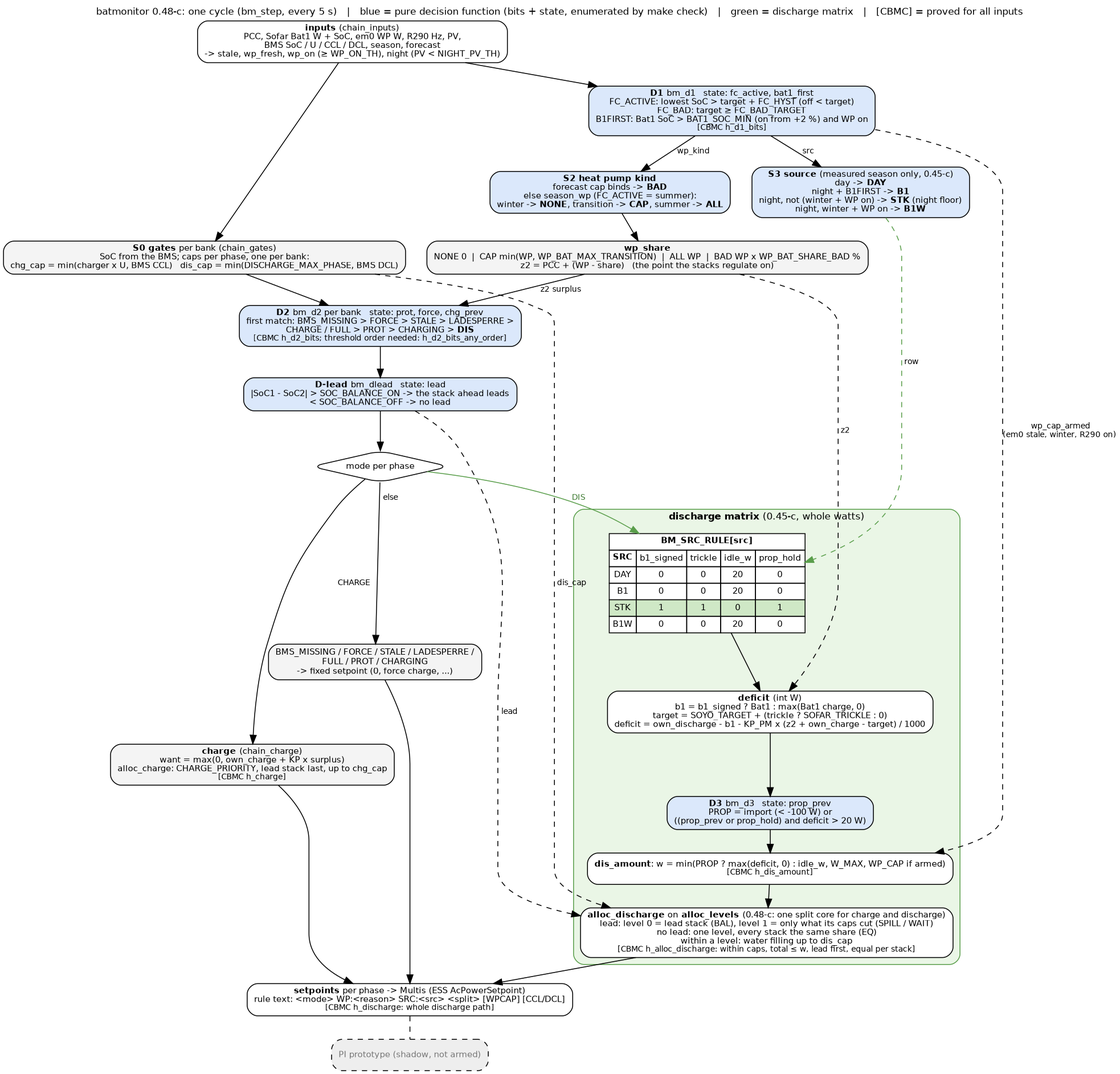
Above: docs/discharge_flow.png in gerontec/victron (Graphviz), before the change. Its source is kept beside it as docs/discharge_flow.dot. Source of this version:
```dot
digraph batmonitor {
	graph [rankdir=TB, fontname="Helvetica", fontsize=11, nodesep=0.35, ranksep=0.35, newrank=true,
		   label="batmonitor 0.48-c: one cycle (bm_step, every 5 s)   |   blue = pure decision function (bits + state, enumerated by make check)   |   green = discharge matrix   |   [CBMC] = proved for all inputs",
		   labelloc=t];
	node [shape=box, style="rounded,filled", fillcolor="#f4f4f4", fontname="Helvetica", fontsize=10];
	edge [fontname="Helvetica", fontsize=9];

	in [label=<<b>inputs</b> (chain_inputs)<br/>PCC, Sofar Bat1 W + SoC, em0 WP W, R290 Hz, PV,<br/>BMS SoC / U / CCL / DCL, season, forecast<br/>-&gt; stale, wp_fresh, wp_on (&ge; WP_ON_TH), night (PV &lt; NIGHT_PV_TH)>, fillcolor="#ffffff"];

	d1 [label=<<b>D1</b> bm_d1   state: fc_active, bat1_first<br/>FC_ACTIVE: lowest SoC &gt; target + FC_HYST (off &lt; target)<br/>FC_BAD: target &ge; FC_BAD_TARGET<br/>B1FIRST: Bat1 SoC &gt; BAT1_SOC_MIN (on from +2 %) and WP on<br/><font point-size="9">[CBMC h_d1_bits]</font>>, fillcolor="#dbe8fb"];

	src [label=<<b>S3 source</b> (measured season only, 0.45-c)<br/>day -&gt; <b>DAY</b><br/>night + B1FIRST -&gt; <b>B1</b><br/>night, not (winter + WP on) -&gt; <b>STK</b> (night floor)<br/>night, winter + WP on -&gt; <b>B1W</b>>, fillcolor="#dbe8fb"];

	wpk [label=<<b>S2 heat pump kind</b><br/>forecast cap binds -&gt; <b>BAD</b><br/>else season_wp (FC_ACTIVE = summer):<br/>winter -&gt; <b>NONE</b>, transition -&gt; <b>CAP</b>, summer -&gt; <b>ALL</b>>, fillcolor="#dbe8fb"];

	share [label=<<b>wp_share</b><br/>NONE 0  |  CAP min(WP, WP_BAT_MAX_TRANSITION)  |  ALL WP  |  BAD WP x WP_BAT_SHARE_BAD %<br/>z2 = PCC + (WP - share)   (the point the stacks regulate on)>];

	gates [label=<<b>S0 gates</b> per bank (chain_gates)<br/>SoC from the BMS; caps per phase, one per bank:<br/>chg_cap = min(charger x U, BMS CCL)   dis_cap = min(DISCHARGE_MAX_PHASE, BMS DCL)>];

	d2 [label=<<b>D2</b> bm_d2 per bank   state: prot, force, chg_prev<br/>first match: BMS_MISSING &gt; FORCE &gt; STALE &gt; LADESPERRE &gt;<br/>CHARGE / FULL &gt; PROT &gt; CHARGING &gt; <b>DIS</b><br/><font point-size="9">[CBMC h_d2_bits; threshold order needed: h_d2_bits_any_order]</font>>, fillcolor="#dbe8fb"];

	lead [label=<<b>D-lead</b> bm_dlead   state: lead<br/>|SoC1 - SoC2| &gt; SOC_BALANCE_ON -&gt; the stack ahead leads<br/>&lt; SOC_BALANCE_OFF -&gt; no lead>, fillcolor="#dbe8fb"];

	modesplit [label="mode per phase", shape=diamond, fillcolor="#ffffff"];
	other [label=<BMS_MISSING / FORCE / STALE / LADESPERRE /<br/>FULL / PROT / CHARGING<br/>-&gt; fixed setpoint (0, force charge, ...)>];

	subgraph cluster_dis {
		label=<<b>discharge matrix</b> (0.45-c, whole watts)>; style="rounded,filled"; fillcolor="#eaf6e6"; color="#5a9e4b"; fontsize=11;
		rule [shape=plain, fillcolor="#ffffff", label=<
			<table border="0" cellborder="1" cellspacing="0" cellpadding="3" bgcolor="#ffffff">
			<tr><td colspan="5"><b>BM_SRC_RULE[src]</b></td></tr>
			<tr><td><b>SRC</b></td><td>b1_signed</td><td>trickle</td><td>idle_w</td><td>prop_hold</td></tr>
			<tr><td>DAY</td><td>0</td><td>0</td><td>20</td><td>0</td></tr>
			<tr><td>B1</td><td>0</td><td>0</td><td>20</td><td>0</td></tr>
			<tr><td bgcolor="#cfe8c6">STK</td><td bgcolor="#cfe8c6">1</td><td bgcolor="#cfe8c6">1</td><td bgcolor="#cfe8c6">0</td><td bgcolor="#cfe8c6">1</td></tr>
			<tr><td>B1W</td><td>0</td><td>0</td><td>20</td><td>0</td></tr>
			</table>>];
		deficit [label=<<b>deficit</b> (int W)<br/>b1 = b1_signed ? Bat1 : max(Bat1 charge, 0)<br/>target = SOYO_TARGET + (trickle ? SOFAR_TRICKLE : 0)<br/>deficit = own_discharge - b1 - KP_PM x (z2 + own_charge - target) / 1000>, fillcolor="#ffffff"];
		d3 [label=<<b>D3</b> bm_d3   state: prop_prev<br/>PROP = import (&lt; -100 W) or<br/>((prop_prev or prop_hold) and deficit &gt; 20 W)>, fillcolor="#dbe8fb"];
		amount [label=<<b>dis_amount</b>: w = min(PROP ? max(deficit, 0) : idle_w, W_MAX, WP_CAP if armed)<br/><font point-size="9">[CBMC h_dis_amount]</font>>, fillcolor="#ffffff"];
		alloc [label=<<b>alloc_discharge</b> on <b>alloc_levels</b> (0.48-c: one split core for charge and discharge)<br/>lead: level 0 = lead stack (BAL), level 1 = only what its caps cut (SPILL / WAIT)<br/>no lead: one level, every stack the same share (EQ)<br/>within a level: water filling up to dis_cap<br/><font point-size="9">[CBMC h_alloc_discharge: within caps, total &le; w, lead first, equal per stack]</font>>, fillcolor="#ffffff"];
		rule -> deficit -> d3 -> amount -> alloc;
	}

	chg [label=<<b>charge</b> (chain_charge)<br/>want = max(0, own_charge + KP x surplus)<br/>alloc_charge: CHARGE_PRIORITY, lead stack last, up to chg_cap<br/><font point-size="9">[CBMC h_charge]</font>>];

	out [label=<<b>setpoints</b> per phase -&gt; Multis (ESS AcPowerSetpoint)<br/>rule text: &lt;mode&gt; WP:&lt;reason&gt; SRC:&lt;src&gt; &lt;split&gt; [WPCAP] [CCL/DCL]<br/><font point-size="9">[CBMC h_discharge: whole discharge path]</font>>, fillcolor="#ffffff"];
	pi [label="PI prototype (shadow, not armed)", fillcolor="#eeeeee", fontcolor="#777777", style="rounded,filled,dashed"];

	in -> d1;
	d1 -> src [label=" src"];
	d1 -> wpk [label=" wp_kind"];
	wpk -> share;
	in -> gates;
	share -> d2 [label=" z2 surplus"];
	gates -> d2;
	d2 -> lead;
	lead -> modesplit;
	modesplit -> rule [label=" DIS", color="#5a9e4b", fontcolor="#3c7a30"];
	modesplit -> chg [label=" CHARGE"];
	modesplit -> other [label=" else"];
	src -> rule [color="#5a9e4b", style=dashed, label=" row"];
	share -> deficit [style=dashed, label=" z2"];
	d1 -> amount [style=dashed, label=" wp_cap_armed\n(em0 stale, winter, R290 on)"];
	gates -> alloc [style=dashed, label=" dis_cap"];
	lead -> alloc [style=dashed, label=" lead"];
	alloc -> out;
	chg -> out;
	other -> out;
	out -> pi [style=dashed, arrowhead=none];

	{rank=same; src; wpk;}
}
```
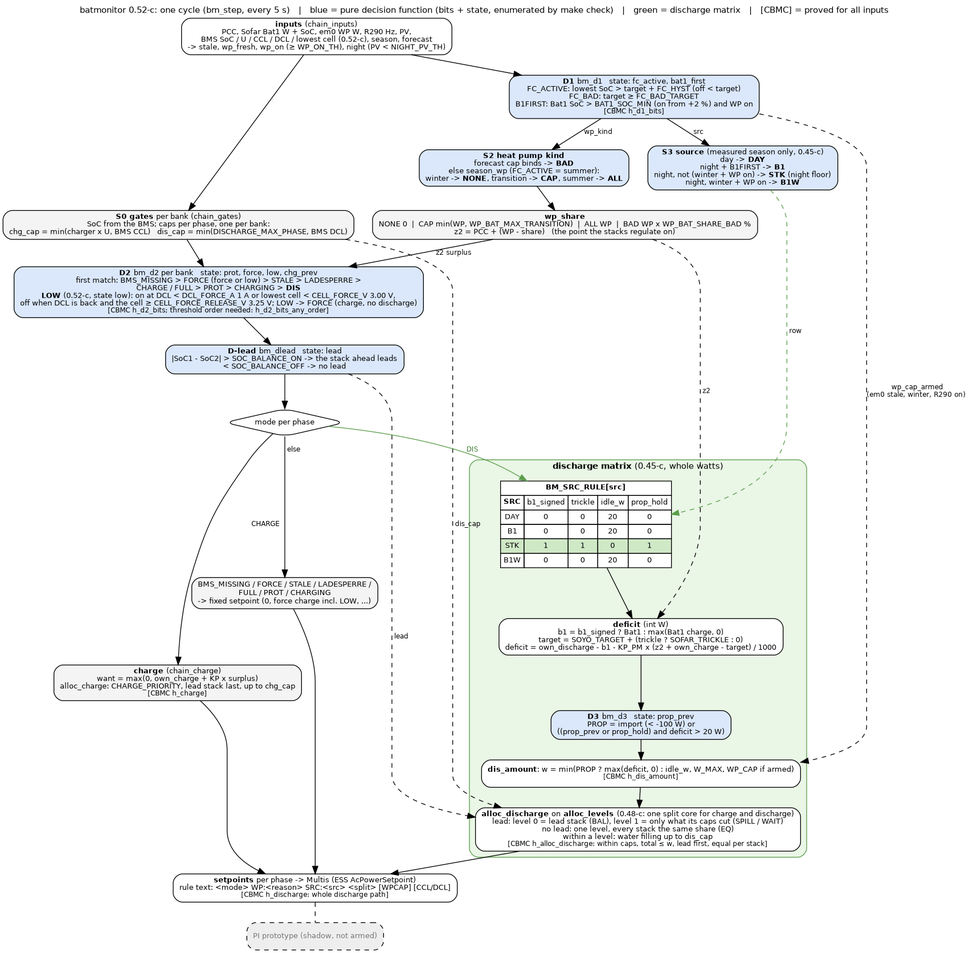
After the change.

Commit message:
docs: flow charts for batmonitor 0.52-c - lowest cell input, D2 state low, FORCE = SoC force or LOW (DCL 0 / cell < 3.00 V, release DCL back and cell >= 3.25 V)

Change to the diagram source:
```diff
@@ -1,11 +1,11 @@
 digraph batmonitor {
 	graph [rankdir=TB, fontname="Helvetica", fontsize=11, nodesep=0.35, ranksep=0.35, newrank=true,
-		   label="batmonitor 0.48-c: one cycle (bm_step, every 5 s)   |   blue = pure decision function (bits + state, enumerated by make check)   |   green = discharge matrix   |   [CBMC] = proved for all inputs",
+		   label="batmonitor 0.52-c: one cycle (bm_step, every 5 s)   |   blue = pure decision function (bits + state, enumerated by make check)   |   green = discharge matrix   |   [CBMC] = proved for all inputs",
 		   labelloc=t];
 	node [shape=box, style="rounded,filled", fillcolor="#f4f4f4", fontname="Helvetica", fontsize=10];
 	edge [fontname="Helvetica", fontsize=9];
 
-	in [label=<<b>inputs</b> (chain_inputs)<br/>PCC, Sofar Bat1 W + SoC, em0 WP W, R290 Hz, PV,<br/>BMS SoC / U / CCL / DCL, season, forecast<br/>-&gt; stale, wp_fresh, wp_on (&ge; WP_ON_TH), night (PV &lt; NIGHT_PV_TH)>, fillcolor="#ffffff"];
+	in [label=<<b>inputs</b> (chain_inputs)<br/>PCC, Sofar Bat1 W + SoC, em0 WP W, R290 Hz, PV,<br/>BMS SoC / U / CCL / DCL / lowest cell (0.52-c), season, forecast<br/>-&gt; stale, wp_fresh, wp_on (&ge; WP_ON_TH), night (PV &lt; NIGHT_PV_TH)>, fillcolor="#ffffff"];
 
 	d1 [label=<<b>D1</b> bm_d1   state: fc_active, bat1_first<br/>FC_ACTIVE: lowest SoC &gt; target + FC_HYST (off &lt; target)<br/>FC_BAD: target &ge; FC_BAD_TARGET<br/>B1FIRST: Bat1 SoC &gt; BAT1_SOC_MIN (on from +2 %) and WP on<br/><font point-size="9">[CBMC h_d1_bits]</font>>, fillcolor="#dbe8fb"];
 
@@ -17,12 +17,12 @@
 
 	gates [label=<<b>S0 gates</b> per bank (chain_gates)<br/>SoC from the BMS; caps per phase, one per bank:<br/>chg_cap = min(charger x U, BMS CCL)   dis_cap = min(DISCHARGE_MAX_PHASE, BMS DCL)>];
 
-	d2 [label=<<b>D2</b> bm_d2 per bank   state: prot, force, chg_prev<br/>first match: BMS_MISSING &gt; FORCE &gt; STALE &gt; LADESPERRE &gt;<br/>CHARGE / FULL &gt; PROT &gt; CHARGING &gt; <b>DIS</b><br/><font point-size="9">[CBMC h_d2_bits; threshold order needed: h_d2_bits_any_order]</font>>, fillcolor="#dbe8fb"];
+	d2 [label=<<b>D2</b> bm_d2 per bank   state: prot, force, low, chg_prev<br/>first match: BMS_MISSING &gt; FORCE (force or low) &gt; STALE &gt; LADESPERRE &gt;<br/>CHARGE / FULL &gt; PROT &gt; CHARGING &gt; <b>DIS</b><br/><b>LOW</b> (0.52-c, state low): on at DCL &lt; DCL_FORCE_A 1 A or lowest cell &lt; CELL_FORCE_V 3.00 V,<br/>off when DCL is back and the cell &ge; CELL_FORCE_RELEASE_V 3.25 V; LOW -&gt; FORCE (charge, no discharge)<br/><font point-size="9">[CBMC h_d2_bits; threshold order needed: h_d2_bits_any_order]</font>>, fillcolor="#dbe8fb"];
 
 	lead [label=<<b>D-lead</b> bm_dlead   state: lead<br/>|SoC1 - SoC2| &gt; SOC_BALANCE_ON -&gt; the stack ahead leads<br/>&lt; SOC_BALANCE_OFF -&gt; no lead>, fillcolor="#dbe8fb"];
 
 	modesplit [label="mode per phase", shape=diamond, fillcolor="#ffffff"];
-	other [label=<BMS_MISSING / FORCE / STALE / LADESPERRE /<br/>FULL / PROT / CHARGING<br/>-&gt; fixed setpoint (0, force charge, ...)>];
+	other [label=<BMS_MISSING / FORCE / STALE / LADESPERRE /<br/>FULL / PROT / CHARGING<br/>-&gt; fixed setpoint (0, force charge incl. LOW, ...)>];
 
 	subgraph cluster_dis {
 		label=<<b>discharge matrix</b> (0.45-c, whole watts)>; style="rounded,filled"; fillcolor="#eaf6e6"; color="#5a9e4b"; fontsize=11;
```
